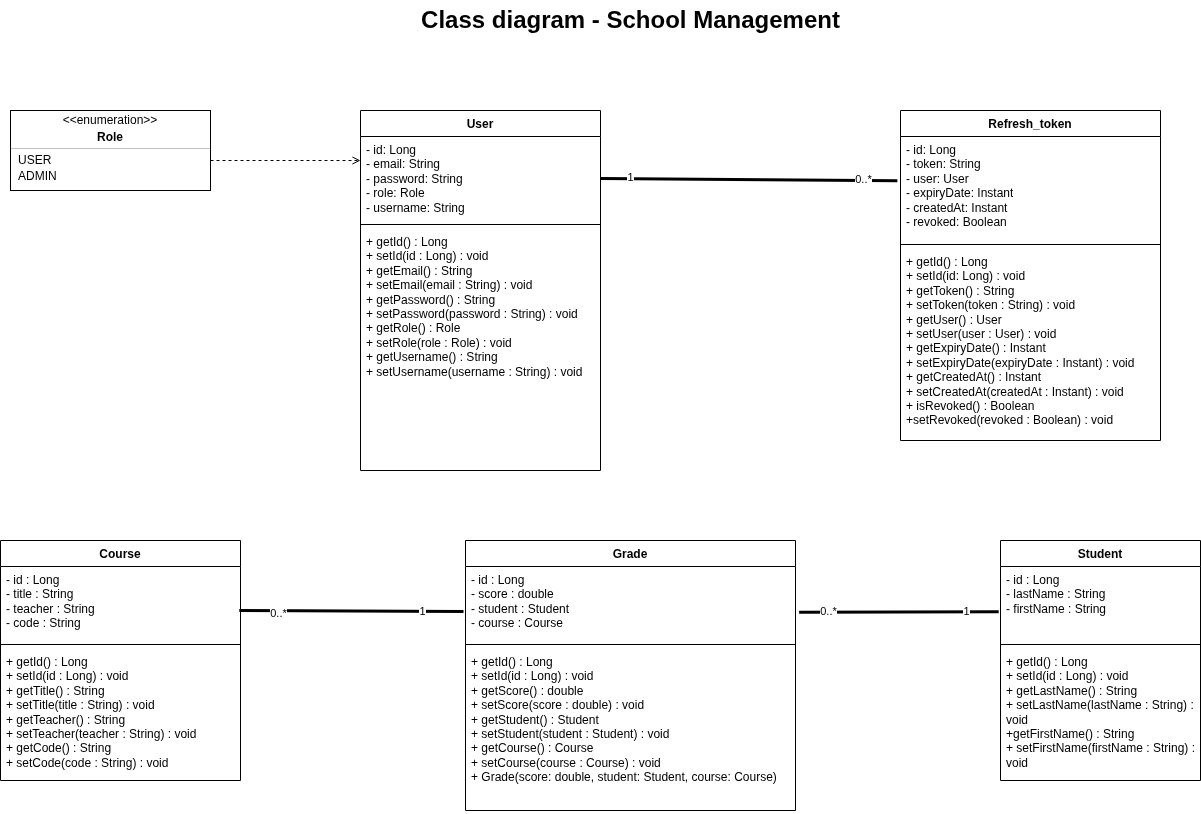
Before: conception/ClassDiagram.drawio.png, a diagram exported from draw.io (LamourMarine/school-management-api). Source tidied: cells renumbered, new cells last; positions are measured from the earlier drawing's top-left corner, leaving out a move shared by most shapes.
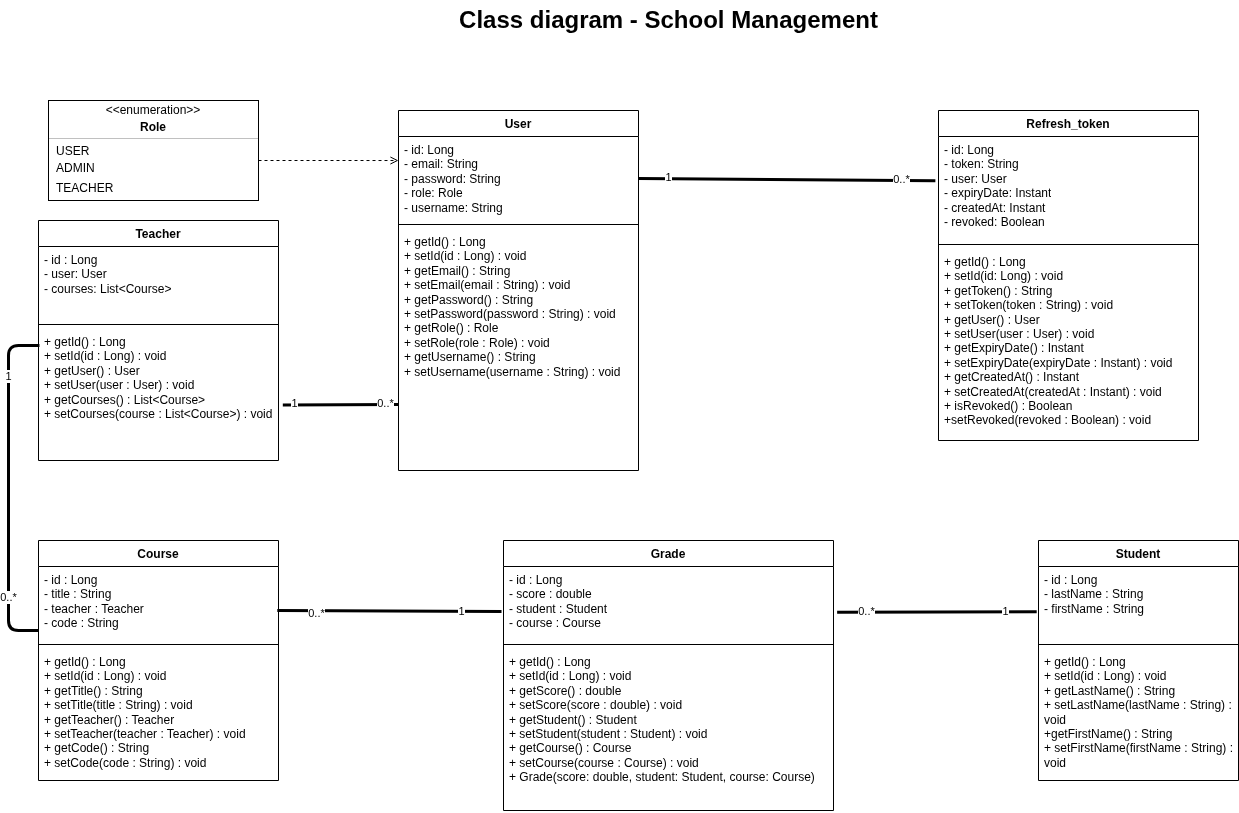
After the change.

Commit message:
feat: add Teacher entity and migration

The edit, as a diff of the source:
```diff
@@ -38,13 +38,13 @@
     <mxCell id="13" value="Course" style="swimlane;fontStyle=1;align=center;verticalAlign=top;horizontal=1;startSize=26;whiteSpace=wrap;html=1;" parent="1" vertex="1">
       <mxGeometry y="540" width="240" height="240" as="geometry" />
     </mxCell>
-    <mxCell id="14" value="- id : Long&lt;div&gt;- title : String&lt;/div&gt;&lt;div&gt;- teacher : String&lt;/div&gt;&lt;div&gt;- code : String&lt;/div&gt;" style="text;strokeColor=none;fillColor=none;align=left;verticalAlign=top;spacingLeft=4;spacingRight=4;overflow=hidden;points=[[0,0.5],[1,0.5]];portConstraint=eastwest;whiteSpace=wrap;html=1;" parent="13" vertex="1">
+    <mxCell id="14" value="- id : Long&lt;div&gt;- title : String&lt;/div&gt;&lt;div&gt;- teacher : Teacher&lt;/div&gt;&lt;div&gt;- code : String&lt;/div&gt;" style="text;strokeColor=none;fillColor=none;align=left;verticalAlign=top;spacingLeft=4;spacingRight=4;overflow=hidden;points=[[0,0.5],[1,0.5]];portConstraint=eastwest;whiteSpace=wrap;html=1;" parent="13" vertex="1">
       <mxGeometry y="26" width="240" height="74" as="geometry" />
     </mxCell>
     <mxCell id="15" style="line;strokeWidth=1;fillColor=none;align=left;verticalAlign=middle;spacingTop=-1;spacingLeft=3;spacingRight=3;labelPosition=right;strokeColor=inherit;" parent="13" vertex="1">
       <mxGeometry y="100" width="240" height="8" as="geometry" />
     </mxCell>
-    <mxCell id="16" value="&lt;span style=&quot;color: rgb(0, 0, 0);&quot;&gt;+ getId() : Long&lt;/span&gt;&lt;br style=&quot;color: rgb(63, 63, 63); scrollbar-color: rgb(226, 226, 226) rgb(251, 251, 251);&quot;&gt;&lt;span style=&quot;color: rgb(0, 0, 0);&quot;&gt;+ setId(id : Long) : void&lt;/span&gt;&lt;div&gt;&lt;span style=&quot;color: rgb(0, 0, 0);&quot;&gt;+ getTitle() : String&lt;/span&gt;&lt;/div&gt;&lt;div&gt;&lt;span style=&quot;color: rgb(0, 0, 0);&quot;&gt;+ setTitle(title : String) : void&lt;/span&gt;&lt;/div&gt;&lt;div&gt;&lt;span style=&quot;color: rgb(0, 0, 0);&quot;&gt;+ getTeacher() : String&lt;/span&gt;&lt;/div&gt;&lt;div&gt;&lt;span style=&quot;color: rgb(0, 0, 0);&quot;&gt;+ setTeacher(teacher : String) : void&lt;/span&gt;&lt;/div&gt;&lt;div&gt;&lt;span style=&quot;color: rgb(0, 0, 0);&quot;&gt;+ getCode() : String&lt;/span&gt;&lt;/div&gt;&lt;div&gt;&lt;span style=&quot;color: rgb(0, 0, 0);&quot;&gt;+ setCode(code : String) : void&lt;/span&gt;&lt;/div&gt;" style="text;strokeColor=none;fillColor=none;align=left;verticalAlign=top;spacingLeft=4;spacingRight=4;overflow=hidden;whiteSpace=wrap;html=1;" parent="13" vertex="1">
+    <mxCell id="16" value="&lt;span style=&quot;color: rgb(0, 0, 0);&quot;&gt;+ getId() : Long&lt;/span&gt;&lt;br style=&quot;color: rgb(63, 63, 63); scrollbar-color: rgb(226, 226, 226) rgb(251, 251, 251);&quot;&gt;&lt;span style=&quot;color: rgb(0, 0, 0);&quot;&gt;+ setId(id : Long) : void&lt;/span&gt;&lt;div&gt;&lt;span style=&quot;color: rgb(0, 0, 0);&quot;&gt;+ getTitle() : String&lt;/span&gt;&lt;/div&gt;&lt;div&gt;&lt;span style=&quot;color: rgb(0, 0, 0);&quot;&gt;+ setTitle(title : String) : void&lt;/span&gt;&lt;/div&gt;&lt;div&gt;&lt;span style=&quot;color: rgb(0, 0, 0);&quot;&gt;+ getTeacher() : Teacher&lt;/span&gt;&lt;/div&gt;&lt;div&gt;&lt;span style=&quot;color: rgb(0, 0, 0);&quot;&gt;+ setTeacher(teacher : Teacher) : void&lt;/span&gt;&lt;/div&gt;&lt;div&gt;&lt;span style=&quot;color: rgb(0, 0, 0);&quot;&gt;+ getCode() : String&lt;/span&gt;&lt;/div&gt;&lt;div&gt;&lt;span style=&quot;color: rgb(0, 0, 0);&quot;&gt;+ setCode(code : String) : void&lt;/span&gt;&lt;/div&gt;" style="text;strokeColor=none;fillColor=none;align=left;verticalAlign=top;spacingLeft=4;spacingRight=4;overflow=hidden;whiteSpace=wrap;html=1;" parent="13" vertex="1">
       <mxGeometry y="108" width="240" height="132" as="geometry" />
     </mxCell>
     <mxCell id="17" value="Grade" style="swimlane;fontStyle=1;align=center;verticalAlign=top;horizontal=1;startSize=26;whiteSpace=wrap;html=1;" parent="1" vertex="1">
@@ -90,27 +90,27 @@
       <mxGeometry x="-0.65" y="-2" relative="1" as="geometry" />
     </mxCell>
     <mxCell id="31" style="fontStyle=1;align=center;verticalAlign=middle;horizontal=1;" parent="1" vertex="1">
-      <mxGeometry x="10" y="110" width="200" height="80" as="geometry" />
+      <mxGeometry x="10" y="100" width="210" height="100" as="geometry" />
     </mxCell>
     <mxCell id="32" value="&amp;lt;&amp;lt;enumeration&amp;gt;&amp;gt;" style="html=1;align=center;spacing=0;verticalAlign=middle;strokeColor=none;fillColor=none;whiteSpace=wrap;" parent="31" vertex="1">
-      <mxGeometry width="200" height="20" as="geometry" />
+      <mxGeometry width="210" height="20" as="geometry" />
     </mxCell>
     <mxCell id="33" value="Role" style="html=1;align=center;spacing=0;verticalAlign=middle;strokeColor=none;fillColor=none;whiteSpace=wrap;fontStyle=1;" parent="31" vertex="1">
-      <mxGeometry y="20" width="200" height="14" as="geometry" />
+      <mxGeometry y="20" width="210" height="14" as="geometry" />
     </mxCell>
     <mxCell id="34" style="line;strokeWidth=0.25;fillColor=none;align=left;verticalAlign=middle;spacingTop=-1;spacingLeft=3;spacingRight=3;labelPosition=right;" parent="31" vertex="1">
-      <mxGeometry y="34" width="200" height="8" as="geometry" />
+      <mxGeometry y="34" width="210" height="8" as="geometry" />
     </mxCell>
     <mxCell id="35" value="USER" style="html=1;align=left;spacing=0;spacingLeft=8;verticalAlign=middle;strokeColor=none;fillColor=none;whiteSpace=wrap;" parent="31" vertex="1">
-      <mxGeometry y="42" width="200" height="16" as="geometry" />
+      <mxGeometry y="42" width="210" height="18" as="geometry" />
     </mxCell>
     <mxCell id="36" value="ADMIN" style="html=1;align=left;spacing=0;spacingLeft=8;verticalAlign=middle;strokeColor=none;fillColor=none;whiteSpace=wrap;" parent="31" vertex="1">
-      <mxGeometry y="58" width="200" height="16" as="geometry" />
+      <mxGeometry y="60" width="210" height="16" as="geometry" />
     </mxCell>
-    <mxCell id="37" style="html=1;align=left;spacing=0;spacingLeft=8;verticalAlign=middle;strokeColor=none;fillColor=none;whiteSpace=wrap;" parent="31" vertex="1">
-      <mxGeometry y="74" width="200" height="6" as="geometry" />
+    <mxCell id="37" value="TEACHER" style="html=1;align=left;spacing=0;spacingLeft=8;verticalAlign=middle;strokeColor=none;fillColor=none;whiteSpace=wrap;" parent="31" vertex="1">
+      <mxGeometry y="76" width="210" height="24" as="geometry" />
     </mxCell>
-    <mxCell id="38" style="endArrow=open;html=1;rounded=0;align=center;verticalAlign=bottom;dashed=1;endFill=0;labelBackgroundColor=none;exitX=1;exitY=0.5;exitDx=0;exitDy=0;entryX=0;entryY=0.286;entryDx=0;entryDy=0;entryPerimeter=0;" parent="1" edge="1" source="35" target="3">
+    <mxCell id="38" style="endArrow=open;html=1;rounded=0;align=center;verticalAlign=bottom;dashed=1;endFill=0;labelBackgroundColor=none;exitX=1;exitY=0;exitDx=0;exitDy=0;entryX=0;entryY=0.286;entryDx=0;entryDy=0;entryPerimeter=0;" parent="1" edge="1" source="36" target="3">
       <mxGeometry relative="1" as="geometry" />
     </mxCell>
     <mxCell id="39" style="html=1;align=center;verticalAlign=top;labelBackgroundColor=none;" parent="38" vertex="1">
@@ -119,5 +119,43 @@
     <mxCell id="40" value="Class diagram - School Management" style="text;strokeColor=none;fillColor=none;html=1;fontSize=24;fontStyle=1;verticalAlign=middle;align=center;" parent="1" vertex="1">
       <mxGeometry x="580" width="100" height="40" as="geometry" />
     </mxCell>
+    <mxCell id="41" value="Teacher" style="swimlane;fontStyle=1;align=center;verticalAlign=top;horizontal=1;startSize=26;whiteSpace=wrap;html=1;" parent="1" vertex="1">
+      <mxGeometry y="220" width="240" height="240" as="geometry" />
+    </mxCell>
+    <mxCell id="42" value="- id : Long&lt;div&gt;- user: User&lt;/div&gt;&lt;div&gt;- courses: List&amp;lt;Course&amp;gt;&lt;/div&gt;" style="text;strokeColor=none;fillColor=none;align=left;verticalAlign=top;spacingLeft=4;spacingRight=4;overflow=hidden;whiteSpace=wrap;html=1;" parent="41" vertex="1">
+      <mxGeometry y="26" width="240" height="74" as="geometry" />
+    </mxCell>
+    <mxCell id="43" style="line;strokeWidth=1;fillColor=none;align=left;verticalAlign=middle;spacingTop=-1;spacingLeft=3;spacingRight=3;labelPosition=right;strokeColor=inherit;" parent="41" vertex="1">
+      <mxGeometry y="100" width="240" height="8" as="geometry" />
+    </mxCell>
+    <mxCell id="44" value="&lt;span style=&quot;color: rgb(0, 0, 0);&quot;&gt;+ getId() : Long&lt;/span&gt;&lt;br style=&quot;color: rgb(63, 63, 63); scrollbar-color: rgb(226, 226, 226) rgb(251, 251, 251);&quot;&gt;&lt;span style=&quot;color: rgb(0, 0, 0);&quot;&gt;+ setId(id : Long) : void&lt;/span&gt;&lt;div&gt;&lt;span style=&quot;color: rgb(0, 0, 0);&quot;&gt;+ getUser() : User&lt;/span&gt;&lt;/div&gt;&lt;div&gt;&lt;span style=&quot;color: rgb(0, 0, 0);&quot;&gt;+ setUser(user : User) : void&lt;/span&gt;&lt;/div&gt;&lt;div&gt;&lt;span style=&quot;color: rgb(0, 0, 0);&quot;&gt;+ getCourses() : List&amp;lt;Course&amp;gt;&lt;/span&gt;&lt;/div&gt;&lt;div&gt;&lt;span style=&quot;color: rgb(0, 0, 0);&quot;&gt;+ setCourses(course : List&amp;lt;Course&amp;gt;) : void&lt;/span&gt;&lt;/div&gt;&lt;div&gt;&lt;br&gt;&lt;/div&gt;&lt;div&gt;&lt;br&gt;&lt;/div&gt;" style="text;strokeColor=none;fillColor=none;align=left;verticalAlign=top;spacingLeft=4;spacingRight=4;overflow=hidden;points=[[0,0.5],[1,0.5]];portConstraint=eastwest;whiteSpace=wrap;html=1;" parent="41" vertex="1">
+      <mxGeometry y="108" width="240" height="132" as="geometry" />
+    </mxCell>
+    <mxCell id="45" style="endArrow=none;startArrow=none;endFill=0;startFill=0;endSize=8;html=1;verticalAlign=bottom;labelBackgroundColor=none;strokeWidth=3;exitX=1.018;exitY=0.579;exitDx=0;exitDy=0;exitPerimeter=0;" parent="1" edge="1" source="44">
+      <mxGeometry relative="1" as="geometry">
+        <mxPoint x="360" y="404" as="targetPoint" />
+      </mxGeometry>
+    </mxCell>
+    <mxCell id="46" value="1" style="edgeLabel;html=1;align=center;verticalAlign=middle;" parent="45" vertex="1">
+      <mxGeometry x="-0.81" y="2" relative="1" as="geometry" />
+    </mxCell>
+    <mxCell id="47" value="0..*" style="edgeLabel;html=1;align=center;verticalAlign=middle;" parent="45" vertex="1">
+      <mxGeometry x="0.77" y="1" relative="1" as="geometry" />
+    </mxCell>
+    <mxCell id="48" style="endArrow=none;startArrow=none;endFill=0;startFill=0;endSize=8;html=1;verticalAlign=bottom;labelBackgroundColor=none;strokeWidth=3;entryX=0;entryY=0.865;entryDx=0;entryDy=0;entryPerimeter=0;exitX=0.004;exitY=0.129;exitDx=0;exitDy=0;exitPerimeter=0;" parent="1" edge="1" source="44" target="14">
+      <mxGeometry relative="1" as="geometry">
+        <Array as="points">
+          <mxPoint x="-30" y="345" />
+          <mxPoint x="-30" y="460" />
+          <mxPoint x="-30" y="630" />
+        </Array>
+      </mxGeometry>
+    </mxCell>
+    <mxCell id="49" value="0..*" style="edgeLabel;html=1;align=center;verticalAlign=middle;" parent="48" vertex="1">
+      <mxGeometry x="0.63" relative="1" as="geometry" />
+    </mxCell>
+    <mxCell id="50" value="1" style="edgeLabel;html=1;align=center;verticalAlign=middle;" parent="48" vertex="1">
+      <mxGeometry x="-0.65" relative="1" as="geometry" />
+    </mxCell>
   </root>
 </mxGraphModel>
```
